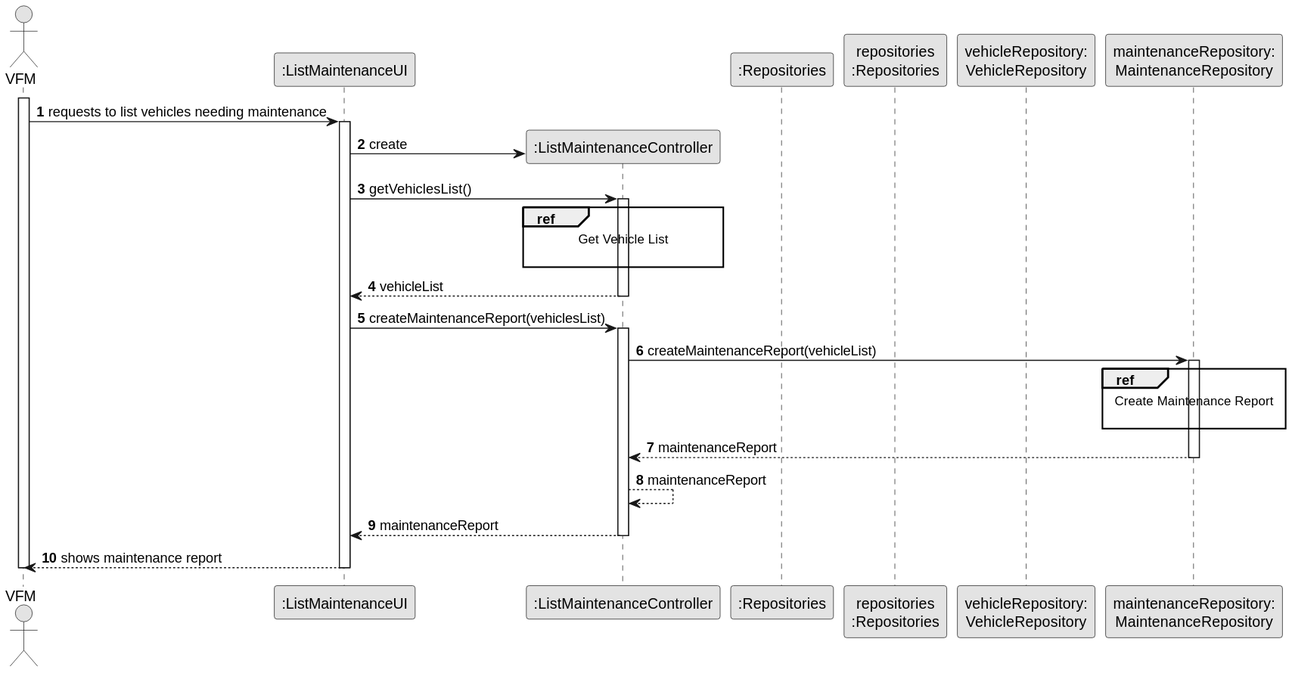
ricardomm7/leaflink keeps this PlantUML diagram as docs/sprintB/us008/03.design/svg/us008-sequence-diagram-split.svg. Above is the earlier version.
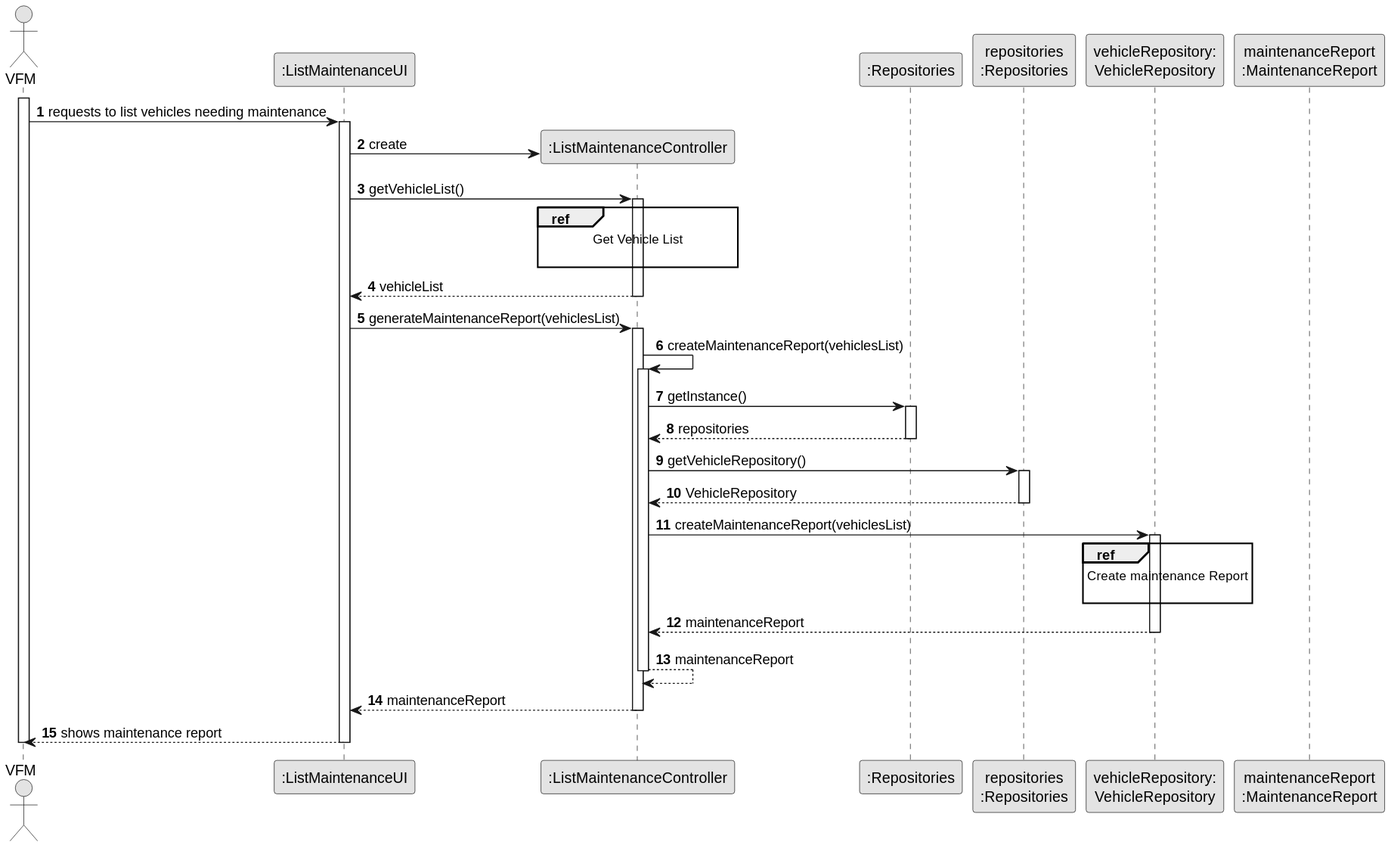
After the change.

Change to the diagram source:
```diff
@@ -2,7 +2,6 @@
 skinparam monochrome true
 skinparam packageStyle rectangle
 skinparam shadowing false
-
 
 autonumber
 
@@ -12,7 +11,8 @@
 participant ":Repositories" as RepositorySingleton
 participant "repositories\n:Repositories" as PLAT
 participant "vehicleRepository:\nVehicleRepository" as VehicleRepository
-participant "maintenanceRepository:\nMaintenanceRepository" as MaintenanceRepository
+participant "maintenanceReport\n:MaintenanceReport" as MaintenanceReport
+
 activate VFM
 
     VFM -> UI : requests to list vehicles needing maintenance
@@ -20,33 +20,53 @@
 
         UI -> CTRL** : create
 
-        UI -> CTRL : getVehiclesList()
+        UI -> CTRL : getVehicleList()
         activate CTRL
 
-            ref over CTRL
-                        Get Vehicle List
+        ref over CTRL
+                                        Get Vehicle List
 
-            end ref
+                                    end ref
+
+
 
             CTRL --> UI : vehicleList
         deactivate CTRL
 
 
-        UI -> CTRL : createMaintenanceReport(vehiclesList)
+        UI -> CTRL : generateMaintenanceReport(vehiclesList)
         activate CTRL
 
-        CTRL -> MaintenanceRepository: createMaintenanceReport(vehicleList)
-        activate MaintenanceRepository
+            CTRL -> CTRL : createMaintenanceReport(vehiclesList)
+            activate CTRL
 
-            ref over MaintenanceRepository
-                    Create Maintenance Report
+                CTRL -> RepositorySingleton : getInstance()
+                activate RepositorySingleton
 
-            end ref
-        MaintenanceRepository --> CTRL: maintenanceReport
-        deactivate MaintenanceRepository
+                    RepositorySingleton --> CTRL: repositories
+                deactivate RepositorySingleton
 
-        CTRL --> CTRL : maintenanceReport
+                CTRL -> PLAT : getVehicleRepository()
+                activate PLAT
 
+                    PLAT --> CTRL: VehicleRepository
+                deactivate PLAT
+
+                CTRL -> VehicleRepository : createMaintenanceReport(vehiclesList)
+                activate VehicleRepository
+
+                ref over VehicleRepository
+                                                Create maintenance Report
+
+                                            end ref
+
+
+
+                VehicleRepository --> CTRL : maintenanceReport
+                deactivate VehicleRepository
+
+            CTRL --> CTRL : maintenanceReport
+            deactivate CTRL
 
             CTRL --> UI : maintenanceReport
         deactivate CTRL
```
